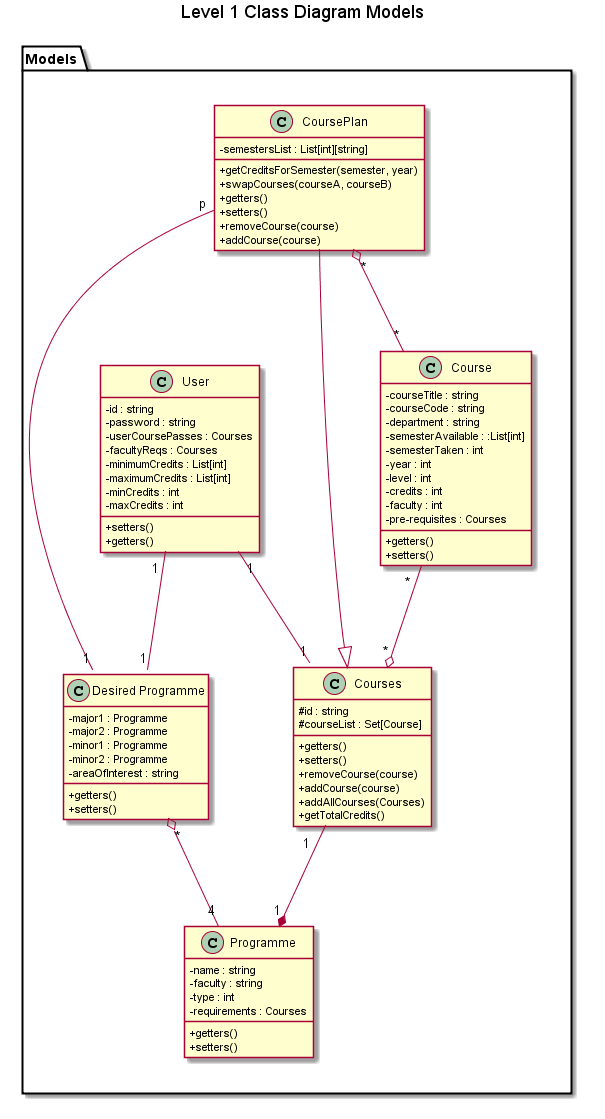
The PlantUML diagram Diagrams/Level 1 Class Diagram - Models.png in r3r/comp2140, before a commit.
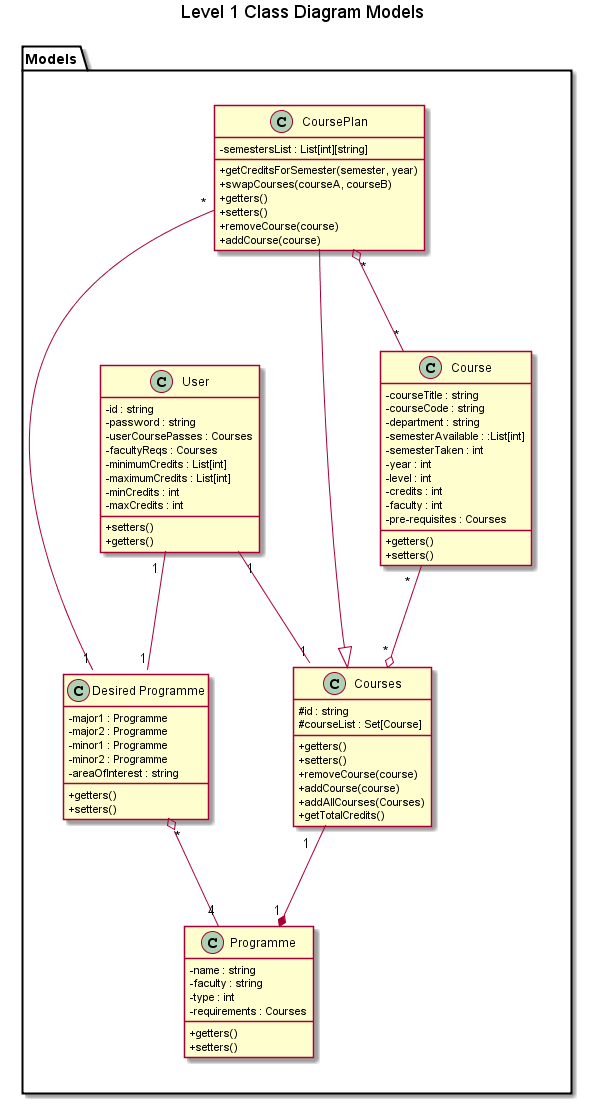
After the commit.

What changed in the source:
```diff
@@ -78,7 +78,7 @@
 CP --|> Courses
 Course "*" --o "*" Courses
 DP "*" o-- "4" Programme
-CP "p" -- "1" DP
+CP "*" -- "1" DP
 CP "*" o-- "*"Course
 User "1" -- "1" DP
 Courses "1" --* "1" Programme
```
